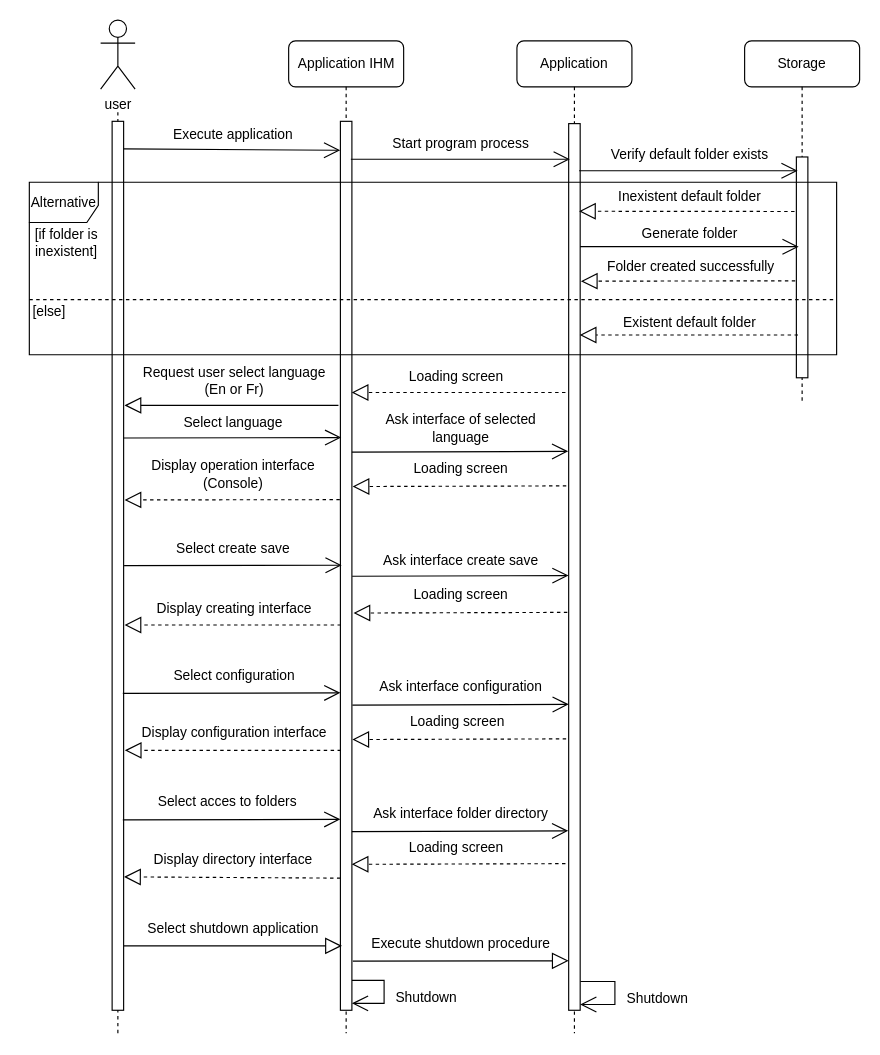
Weicheng178/UML keeps this draw.io diagram as console diagram.drawio. Above is the earlier version. Source tidied: cells renumbered, new cells numbered last; positions are measured from the earlier drawing's top-left corner, leaving out a move shared by most shapes. Both pictures are drawn from the tidied source at 115%, with x=0, y=0 at pixel (20, 20).
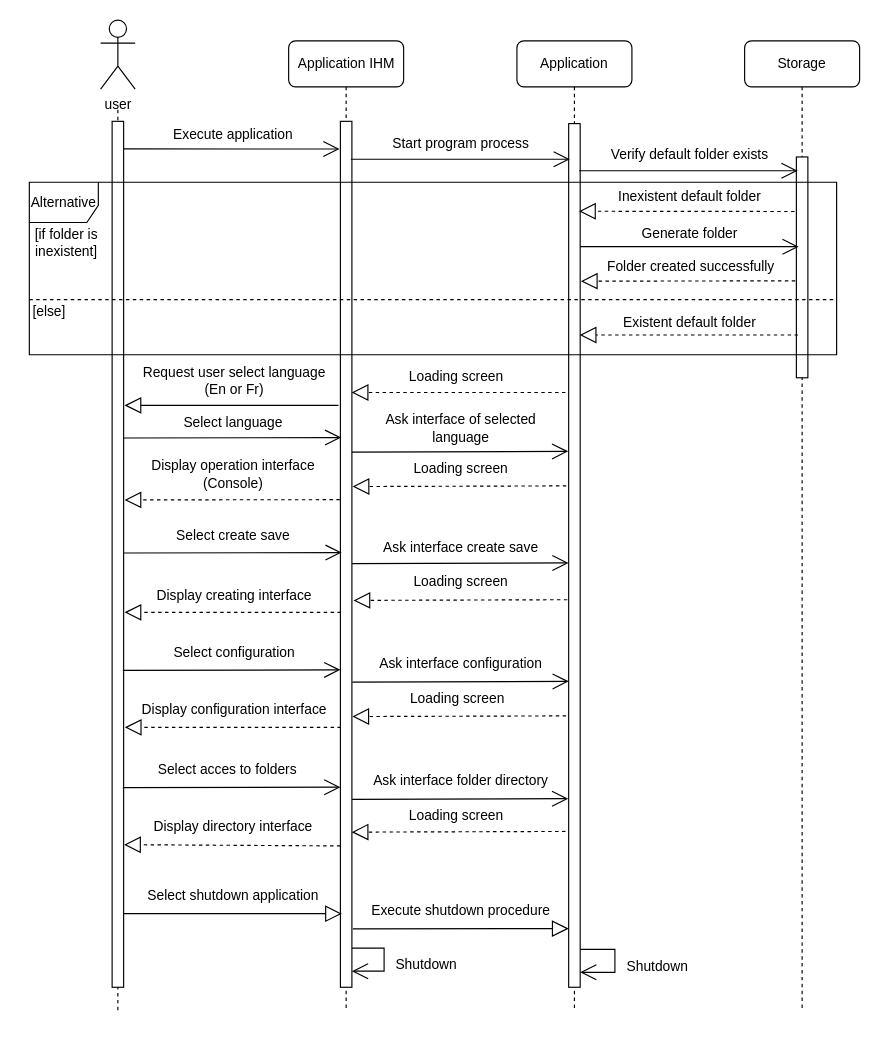
The same page after the edit.

Diff of the diagram source:
```diff
@@
     <mxCell id="2" style="endArrow=none;dashed=1;html=1;rounded=1;" parent="1" edge="1">
       <mxGeometry relative="1" as="geometry">
-        <mxPoint x="85" y="881" as="sourcePoint" />
+        <mxPoint x="85" y="861" as="sourcePoint" />
         <mxPoint x="85" y="78" as="targetPoint" />
       </mxGeometry>
     </mxCell>
     <mxCell id="3" value="&lt;span style=&quot;&quot;&gt;Application IHM&lt;/span&gt;" style="shape=umlLifeline;perimeter=lifelinePerimeter;whiteSpace=wrap;html=1;rounded=1;" parent="1" vertex="1">
-      <mxGeometry x="233.5" y="18" width="100" height="863" as="geometry" />
+      <mxGeometry x="233.5" y="18" width="100" height="843" as="geometry" />
     </mxCell>
@@
     <mxCell id="5" value="&lt;span style=&quot;&quot;&gt;Application&lt;/span&gt;" style="shape=umlLifeline;perimeter=lifelinePerimeter;whiteSpace=wrap;html=1;rounded=1;" parent="1" vertex="1">
-      <mxGeometry x="432" y="18" width="100" height="863" as="geometry" />
+      <mxGeometry x="432" y="18" width="100" height="843" as="geometry" />
     </mxCell>
     <mxCell id="6" value="&lt;span style=&quot;&quot;&gt;Storage&lt;/span&gt;" style="shape=umlLifeline;perimeter=lifelinePerimeter;whiteSpace=wrap;html=1;rounded=1;" parent="1" vertex="1">
-      <mxGeometry x="630" y="18" width="100" height="313" as="geometry" />
+      <mxGeometry x="630" y="18" width="100" height="843" as="geometry" />
     </mxCell>
     <mxCell id="7" style="html=1;perimeter=orthogonalPerimeter;rounded=0;glass=0;labelBackgroundColor=none;fillStyle=auto;" parent="1" vertex="1">
-      <mxGeometry x="80" y="88" width="10" height="773" as="geometry" />
+      <mxGeometry x="80" y="88" width="10" height="753" as="geometry" />
     </mxCell>
     <mxCell id="8" style="html=1;points=[];perimeter=orthogonalPerimeter;rounded=0;glass=0;labelBackgroundColor=none;fillStyle=auto;" parent="1" vertex="1">
-      <mxGeometry x="278.5" y="88" width="10" height="773" as="geometry" />
+      <mxGeometry x="278.5" y="88" width="10" height="753" as="geometry" />
     </mxCell>
     <mxCell id="9" style="html=1;perimeter=orthogonalPerimeter;rounded=0;glass=0;labelBackgroundColor=none;fillStyle=auto;" parent="1" vertex="1">
-      <mxGeometry x="477" y="90" width="10" height="771" as="geometry" />
+      <mxGeometry x="477" y="90" width="10" height="751" as="geometry" />
     </mxCell>
@@
-    <mxCell id="16" style="endArrow=open;endFill=1;endSize=12;html=1;rounded=1;entryX=-0.015;entryY=0.014;entryDx=0;entryDy=0;entryPerimeter=0;" parent="1" edge="1">
+    <mxCell id="16" style="endArrow=open;endFill=1;endSize=12;html=1;rounded=1;entryX=-0.078;entryY=0.032;entryDx=0;entryDy=0;entryPerimeter=0;" parent="1" edge="1" target="8">
       <mxGeometry relative="1" as="geometry">
         <mxPoint x="90" y="112" as="sourcePoint" />
-        <mxPoint x="278.3" y="113.2" as="targetPoint" />
       </mxGeometry>
     </mxCell>
@@
     <mxCell id="33" style="endArrow=block;endFill=0;endSize=12;html=1;rounded=1;entryX=-0.106;entryY=0.937;entryDx=0;entryDy=0;entryPerimeter=0;" parent="1" edge="1">
       <mxGeometry relative="1" as="geometry">
-        <mxPoint x="289.3" y="818.2" as="sourcePoint" />
-        <mxPoint x="477" y="818" as="targetPoint" />
+        <mxPoint x="289.3" y="790.2" as="sourcePoint" />
+        <mxPoint x="477" y="790" as="targetPoint" />
       </mxGeometry>
     </mxCell>
     <mxCell id="34" style="endArrow=block;endFill=0;endSize=12;html=1;rounded=1;" parent="1" edge="1">
       <mxGeometry relative="1" as="geometry">
-        <mxPoint x="90.3" y="805" as="sourcePoint" />
-        <mxPoint x="279.8" y="805" as="targetPoint" />
+        <mxPoint x="90.3" y="777" as="sourcePoint" />
+        <mxPoint x="279.8" y="777" as="targetPoint" />
       </mxGeometry>
     </mxCell>
     <mxCell id="35" value="Execute shutdown procedure" style="text;html=1;align=center;verticalAlign=middle;strokeColor=none;fillColor=none;rounded=1;" parent="1" vertex="1">
-      <mxGeometry x="292.8" y="788" width="180" height="30" as="geometry" />
+      <mxGeometry x="292.8" y="760" width="180" height="30" as="geometry" />
     </mxCell>
     <mxCell id="36" value="Shutdown" style="text;html=1;align=center;verticalAlign=middle;strokeColor=none;fillColor=none;rounded=1;" parent="1" vertex="1">
-      <mxGeometry x="313" y="835" width="80" height="30" as="geometry" />
+      <mxGeometry x="313" y="807" width="80" height="30" as="geometry" />
     </mxCell>
     <mxCell id="37" style="endArrow=open;endFill=1;endSize=12;html=1;rounded=0;" parent="1" edge="1">
       <mxGeometry relative="1" as="geometry">
-        <mxPoint x="487.2" y="836" as="sourcePoint" />
-        <mxPoint x="487" y="856" as="targetPoint" />
+        <mxPoint x="487.2" y="808" as="sourcePoint" />
+        <mxPoint x="487" y="828" as="targetPoint" />
         <Array as="points">
-          <mxPoint x="517.2" y="836" />
-          <mxPoint x="517.2" y="856" />
+          <mxPoint x="517.2" y="808" />
+          <mxPoint x="517.2" y="828" />
         </Array>
       </mxGeometry>
     </mxCell>
     <mxCell id="38" value="Shutdown" style="text;html=1;align=center;verticalAlign=middle;strokeColor=none;fillColor=none;rounded=1;" parent="1" vertex="1">
-      <mxGeometry x="514.1" y="836" width="80" height="30" as="geometry" />
+      <mxGeometry x="514.1" y="808" width="80" height="30" as="geometry" />
     </mxCell>
     <mxCell id="39" value="Select shutdown application" style="text;html=1;align=center;verticalAlign=middle;strokeColor=none;fillColor=none;rounded=1;" parent="1" vertex="1">
-      <mxGeometry x="100" y="775" width="170" height="30" as="geometry" />
+      <mxGeometry x="100" y="747" width="170" height="30" as="geometry" />
     </mxCell>
     <mxCell id="40" style="endArrow=open;endFill=1;endSize=12;html=1;rounded=0;" parent="1" edge="1">
       <mxGeometry relative="1" as="geometry">
-        <mxPoint x="288.6" y="835" as="sourcePoint" />
-        <mxPoint x="288.5" y="855" as="targetPoint" />
+        <mxPoint x="288.6" y="807" as="sourcePoint" />
+        <mxPoint x="288.5" y="827" as="targetPoint" />
         <Array as="points">
-          <mxPoint x="316.5" y="835" />
-          <mxPoint x="316.5" y="855" />
+          <mxPoint x="316.5" y="807" />
+          <mxPoint x="316.5" y="827" />
         </Array>
       </mxGeometry>
     </mxCell>
     <mxCell id="41" value="Loading screen" style="text;html=1;align=center;verticalAlign=middle;strokeColor=none;fillColor=none;rounded=1;" parent="1" vertex="1">
-      <mxGeometry x="328" y="485" width="110" height="30" as="geometry" />
+      <mxGeometry x="328" y="474" width="110" height="30" as="geometry" />
     </mxCell>
     <mxCell id="42" style="endArrow=block;dashed=1;endFill=0;endSize=12;html=1;rounded=1;exitX=-0.211;exitY=0.186;exitDx=0;exitDy=0;exitPerimeter=0;" parent="1" edge="1">
       <mxGeometry relative="1" as="geometry">
-        <mxPoint x="475.8" y="515" as="sourcePoint" />
-        <mxPoint x="289.9" y="515.6" as="targetPoint" />
+        <mxPoint x="475.8" y="504" as="sourcePoint" />
+        <mxPoint x="289.9" y="504.6" as="targetPoint" />
       </mxGeometry>
     </mxCell>
     <mxCell id="43" value="Select create save" style="text;html=1;align=center;verticalAlign=middle;strokeColor=none;fillColor=none;rounded=1;" parent="1" vertex="1">
-      <mxGeometry x="125" y="445" width="120" height="30" as="geometry" />
+      <mxGeometry x="125" y="434" width="120" height="30" as="geometry" />
     </mxCell>
     <mxCell id="44" style="endArrow=open;endFill=1;endSize=12;html=1;rounded=1;entryX=0.071;entryY=0.165;entryDx=0;entryDy=0;entryPerimeter=0;" parent="1" edge="1">
       <mxGeometry relative="1" as="geometry">
-        <mxPoint x="90.4" y="474.4" as="sourcePoint" />
-        <mxPoint x="279.6" y="474" as="targetPoint" />
+        <mxPoint x="90.4" y="463.4" as="sourcePoint" />
+        <mxPoint x="279.6" y="463" as="targetPoint" />
       </mxGeometry>
     </mxCell>
     <mxCell id="45" value="Display creating interface" style="text;html=1;align=center;verticalAlign=middle;strokeColor=none;fillColor=none;rounded=1;" parent="1" vertex="1">
-      <mxGeometry x="105.8" y="497" width="160" height="30" as="geometry" />
+      <mxGeometry x="105.8" y="486" width="160" height="30" as="geometry" />
     </mxCell>
     <mxCell id="46" style="endArrow=block;dashed=1;endFill=0;endSize=12;html=1;rounded=1;" parent="1" edge="1">
       <mxGeometry relative="1" as="geometry">
-        <mxPoint x="279" y="526" as="sourcePoint" />
-        <mxPoint x="90.8" y="526" as="targetPoint" />
+        <mxPoint x="279" y="515" as="sourcePoint" />
+        <mxPoint x="90.8" y="515" as="targetPoint" />
       </mxGeometry>
     </mxCell>
     <mxCell id="47" style="endArrow=open;endFill=1;endSize=12;html=1;rounded=1;entryX=-0.083;entryY=0.173;entryDx=0;entryDy=0;entryPerimeter=0;" parent="1" edge="1">
       <mxGeometry relative="1" as="geometry">
-        <mxPoint x="288.7" y="483.6" as="sourcePoint" />
-        <mxPoint x="476.9" y="483" as="targetPoint" />
+        <mxPoint x="288.7" y="472.6" as="sourcePoint" />
+        <mxPoint x="476.9" y="472" as="targetPoint" />
       </mxGeometry>
     </mxCell>
     <mxCell id="48" value="Ask interface create save" style="text;html=1;align=center;verticalAlign=middle;strokeColor=none;fillColor=none;rounded=1;" parent="1" vertex="1">
-      <mxGeometry x="302.8" y="455" width="160" height="30" as="geometry" />
+      <mxGeometry x="302.8" y="444" width="160" height="30" as="geometry" />
     </mxCell>
     <mxCell id="49" value="Loading screen" style="text;html=1;align=center;verticalAlign=middle;strokeColor=none;fillColor=none;rounded=1;" parent="1" vertex="1">
-      <mxGeometry x="325.2" y="595" width="110" height="30" as="geometry" />
+      <mxGeometry x="325.2" y="575" width="110" height="30" as="geometry" />
     </mxCell>
     <mxCell id="50" style="endArrow=block;dashed=1;endFill=0;endSize=12;html=1;rounded=1;exitX=-0.211;exitY=0.186;exitDx=0;exitDy=0;exitPerimeter=0;" parent="1" edge="1">
       <mxGeometry relative="1" as="geometry">
-        <mxPoint x="474.8" y="625" as="sourcePoint" />
-        <mxPoint x="288.9" y="625.6" as="targetPoint" />
+        <mxPoint x="474.8" y="605" as="sourcePoint" />
+        <mxPoint x="288.9" y="605.6" as="targetPoint" />
       </mxGeometry>
     </mxCell>
     <mxCell id="51" value="Select configuration" style="text;html=1;align=center;verticalAlign=middle;strokeColor=none;fillColor=none;rounded=1;" parent="1" vertex="1">
-      <mxGeometry x="120.8" y="555" width="130" height="30" as="geometry" />
+      <mxGeometry x="120.8" y="535" width="130" height="30" as="geometry" />
     </mxCell>
     <mxCell id="52" style="endArrow=open;endFill=1;endSize=12;html=1;rounded=1;entryX=0.071;entryY=0.165;entryDx=0;entryDy=0;entryPerimeter=0;" parent="1" edge="1">
       <mxGeometry relative="1" as="geometry">
-        <mxPoint x="89.3" y="585.4" as="sourcePoint" />
-        <mxPoint x="278.5" y="585" as="targetPoint" />
+        <mxPoint x="89.3" y="565.4" as="sourcePoint" />
+        <mxPoint x="278.5" y="565" as="targetPoint" />
       </mxGeometry>
     </mxCell>
     <mxCell id="53" value="Display configuration&amp;nbsp;interface" style="text;html=1;align=center;verticalAlign=middle;strokeColor=none;fillColor=none;rounded=1;" parent="1" vertex="1">
-      <mxGeometry x="95.8" y="605" width="180" height="30" as="geometry" />
+      <mxGeometry x="95.8" y="585" width="180" height="30" as="geometry" />
     </mxCell>
     <mxCell id="54" style="endArrow=block;dashed=1;endFill=0;endSize=12;html=1;rounded=1;" parent="1" edge="1">
       <mxGeometry relative="1" as="geometry">
-        <mxPoint x="279" y="635" as="sourcePoint" />
-        <mxPoint x="91" y="635" as="targetPoint" />
+        <mxPoint x="279" y="615" as="sourcePoint" />
+        <mxPoint x="91" y="615" as="targetPoint" />
       </mxGeometry>
     </mxCell>
     <mxCell id="55" style="endArrow=open;endFill=1;endSize=12;html=1;rounded=1;entryX=-0.083;entryY=0.173;entryDx=0;entryDy=0;entryPerimeter=0;" parent="1" edge="1">
       <mxGeometry relative="1" as="geometry">
-        <mxPoint x="288.9" y="595.6" as="sourcePoint" />
-        <mxPoint x="477.1" y="595" as="targetPoint" />
+        <mxPoint x="288.9" y="575.6" as="sourcePoint" />
+        <mxPoint x="477.1" y="575" as="targetPoint" />
       </mxGeometry>
     </mxCell>
     <mxCell id="56" value="Ask interface configuration" style="text;html=1;align=center;verticalAlign=middle;strokeColor=none;fillColor=none;rounded=1;" parent="1" vertex="1">
-      <mxGeometry x="302.8" y="565" width="160" height="30" as="geometry" />
+      <mxGeometry x="302.8" y="545" width="160" height="30" as="geometry" />
     </mxCell>
     <mxCell id="57" value="Loading screen" style="text;html=1;align=center;verticalAlign=middle;strokeColor=none;fillColor=none;rounded=1;" parent="1" vertex="1">
-      <mxGeometry x="324" y="704.5" width="110" height="30" as="geometry" />
+      <mxGeometry x="324" y="676.5" width="110" height="30" as="geometry" />
     </mxCell>
     <mxCell id="58" style="endArrow=block;dashed=1;endFill=0;endSize=12;html=1;rounded=1;exitX=-0.211;exitY=0.186;exitDx=0;exitDy=0;exitPerimeter=0;" parent="1" edge="1">
       <mxGeometry relative="1" as="geometry">
-        <mxPoint x="474.2" y="733.5" as="sourcePoint" />
-        <mxPoint x="288.3" y="734.1" as="targetPoint" />
+        <mxPoint x="474.2" y="705.5" as="sourcePoint" />
+        <mxPoint x="288.3" y="706.1" as="targetPoint" />
       </mxGeometry>
     </mxCell>
     <mxCell id="59" value="Select acces to folders" style="text;html=1;align=center;verticalAlign=middle;strokeColor=none;fillColor=none;rounded=1;" parent="1" vertex="1">
-      <mxGeometry x="110" y="665" width="140" height="30" as="geometry" />
+      <mxGeometry x="110" y="637" width="140" height="30" as="geometry" />
     </mxCell>
     <mxCell id="60" style="endArrow=open;endFill=1;endSize=12;html=1;rounded=1;entryX=0.071;entryY=0.165;entryDx=0;entryDy=0;entryPerimeter=0;" parent="1" edge="1">
       <mxGeometry relative="1" as="geometry">
-        <mxPoint x="89.3" y="695.4" as="sourcePoint" />
-        <mxPoint x="278.5" y="695" as="targetPoint" />
+        <mxPoint x="89.3" y="667.4" as="sourcePoint" />
+        <mxPoint x="278.5" y="667" as="targetPoint" />
       </mxGeometry>
     </mxCell>
     <mxCell id="61" value="Display directory interface" style="text;html=1;align=center;verticalAlign=middle;strokeColor=none;fillColor=none;rounded=1;" parent="1" vertex="1">
-      <mxGeometry x="105" y="715" width="160" height="30" as="geometry" />
+      <mxGeometry x="105" y="687" width="160" height="30" as="geometry" />
     </mxCell>
     <mxCell id="62" style="endArrow=block;dashed=1;endFill=0;endSize=12;html=1;rounded=1;exitX=-0.035;exitY=0.198;exitDx=0;exitDy=0;exitPerimeter=0;" parent="1" edge="1">
       <mxGeometry relative="1" as="geometry">
-        <mxPoint x="278.5" y="746.1" as="sourcePoint" />
-        <mxPoint x="90.4" y="745" as="targetPoint" />
+        <mxPoint x="278.5" y="718.1" as="sourcePoint" />
+        <mxPoint x="90.4" y="717" as="targetPoint" />
       </mxGeometry>
     </mxCell>
     <mxCell id="63" style="endArrow=open;endFill=1;endSize=12;html=1;rounded=1;entryX=-0.083;entryY=0.173;entryDx=0;entryDy=0;entryPerimeter=0;" parent="1" edge="1">
       <mxGeometry relative="1" as="geometry">
-        <mxPoint x="288.5" y="705.6" as="sourcePoint" />
-        <mxPoint x="476.6" y="705" as="targetPoint" />
+        <mxPoint x="288.5" y="677.6" as="sourcePoint" />
+        <mxPoint x="476.6" y="677" as="targetPoint" />
       </mxGeometry>
     </mxCell>
     <mxCell id="64" value="Ask interface folder directory" style="text;html=1;align=center;verticalAlign=middle;strokeColor=none;fillColor=none;rounded=1;" parent="1" vertex="1">
-      <mxGeometry x="292.8" y="674.5" width="180" height="30" as="geometry" />
+      <mxGeometry x="292.8" y="646.5" width="180" height="30" as="geometry" />
     </mxCell>
```
